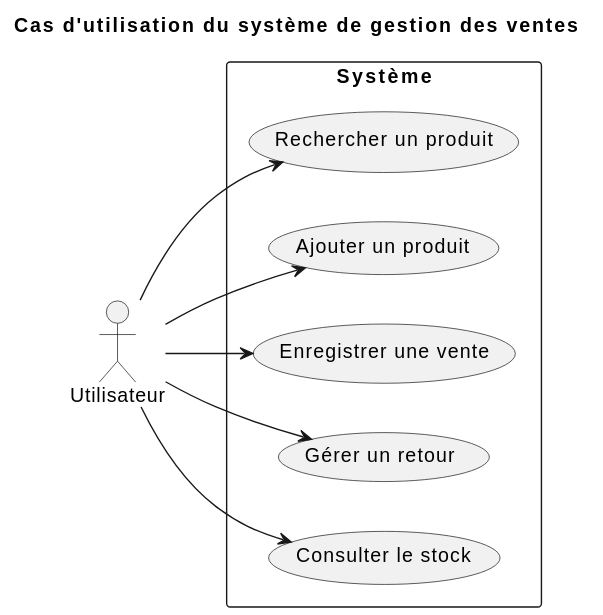
Before: out/docs/use-case/use-case/use-case.svg, a diagram exported from PlantUML (RaphaelMailhiot/LOG430-labo). Source of this version:
```plantuml
@startuml
left to right direction

title Cas d'utilisation du système de gestion des ventes
actor Utilisateur as U

rectangle "Système" {
    usecase "Rechercher un produit"  as RP
    usecase "Ajouter un produit"     as AP
    usecase "Enregistrer une vente"  as EV
    usecase "Gérer un retour"        as GR
    usecase "Consulter le stock"     as CS
}

U --> RP
U --> AP
U --> EV
U --> GR
U --> CS
@enduml
```
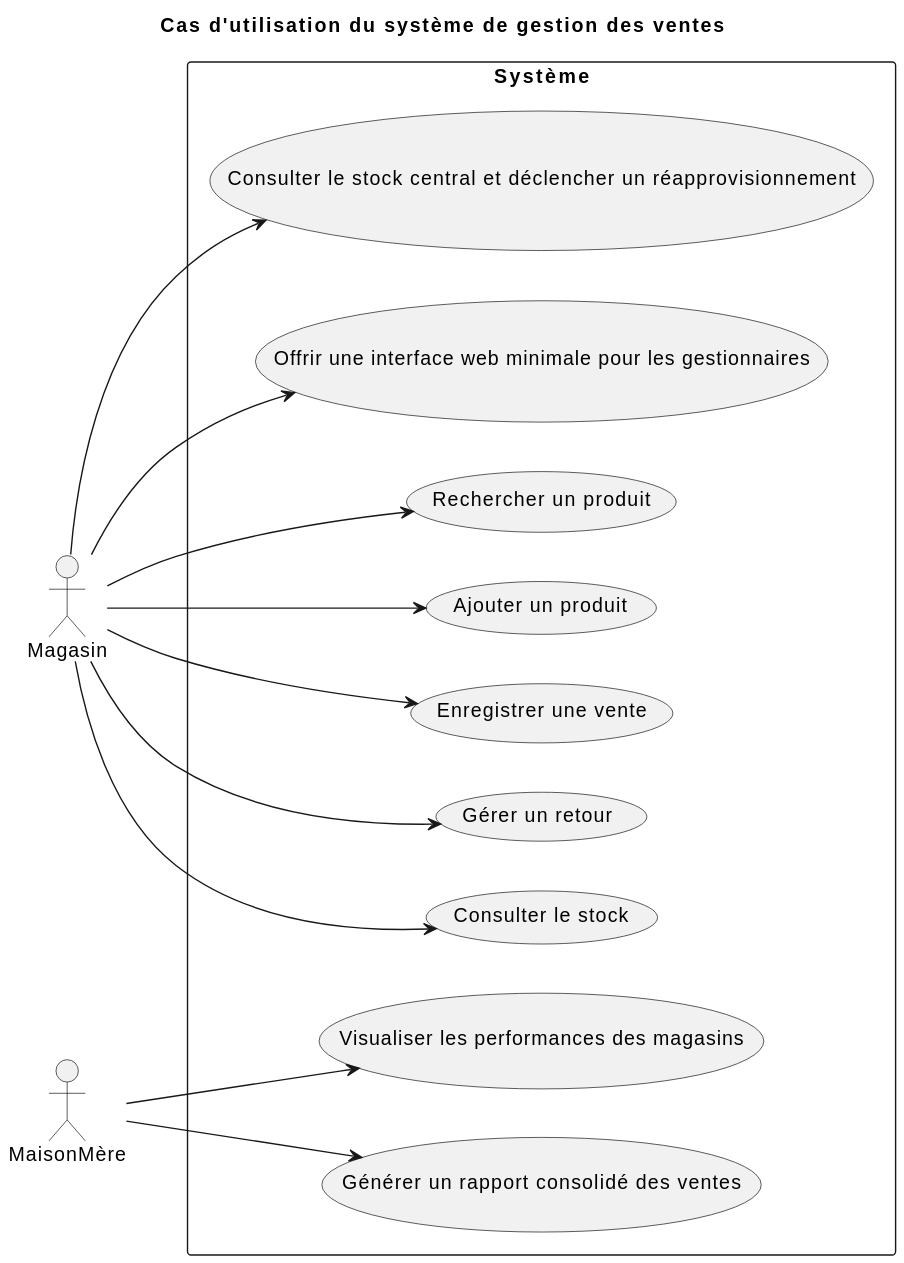
After the change.

Change to the diagram source:
```diff
@@ -2,19 +2,28 @@
 left to right direction
 
 title Cas d'utilisation du système de gestion des ventes
-actor Utilisateur as U
+actor Magasin as M
+actor MaisonMère as MM
 
 rectangle "Système" {
-    usecase "Rechercher un produit"  as RP
-    usecase "Ajouter un produit"     as AP
-    usecase "Enregistrer une vente"  as EV
-    usecase "Gérer un retour"        as GR
-    usecase "Consulter le stock"     as CS
+    usecase "Rechercher un produit"                         as RP
+    usecase "Ajouter un produit"                            as AP
+    usecase "Enregistrer une vente"                         as EV
+    usecase "Gérer un retour"                               as GR
+    usecase "Consulter le stock"                            as CS
+    usecase "Générer un rapport consolidé des ventes"       as GRV
+    usecase "Consulter le stock central et déclencher un réapprovisionnement" as CR
+    usecase "Visualiser les performances des magasins"      as VPM
+    usecase "Offrir une interface web minimale pour les gestionnaires"        as IW
 }
 
-U --> RP
-U --> AP
-U --> EV
-U --> GR
-U --> CS
+M --> RP
+M --> AP
+M --> EV
+M --> GR
+M --> CS
+MM --> GRV
+M --> CR
+MM --> VPM
+M --> IW
 @enduml
```
